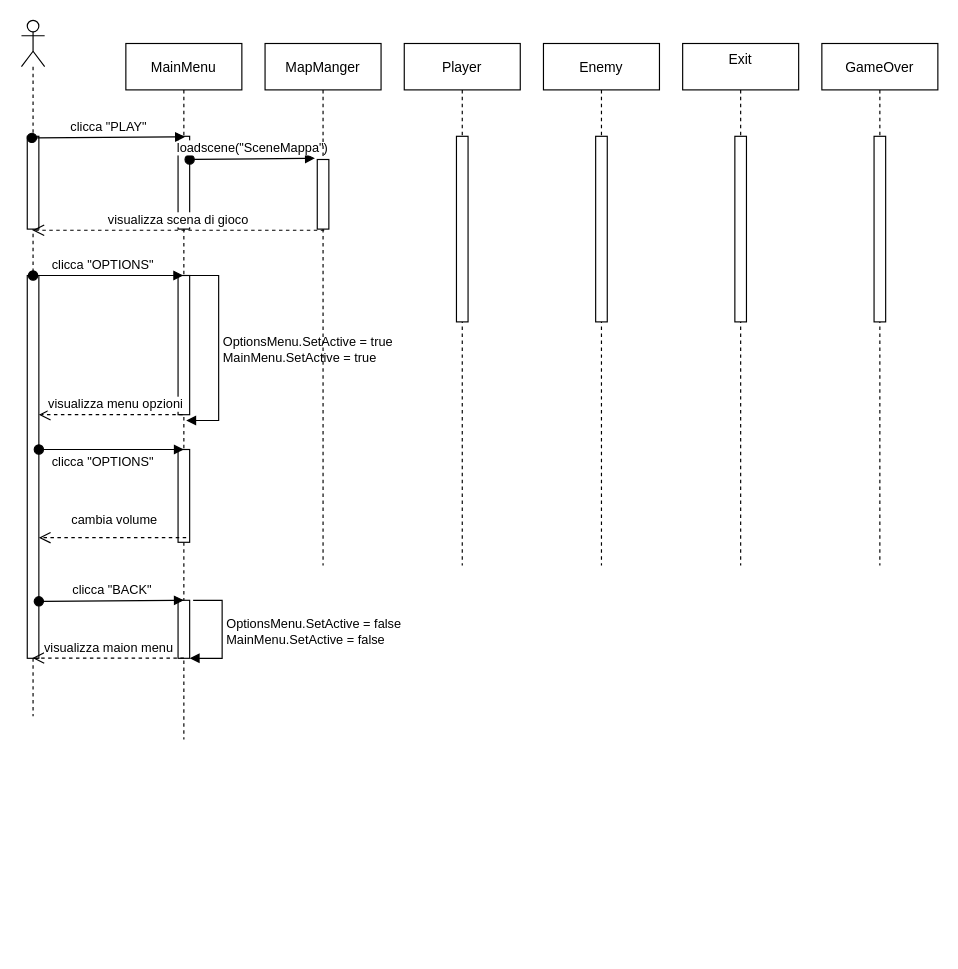
Above: Untitled Diagram.drawio in Francesco7760/UNITY_PROJECT_EXAM (draw.io), before the change. Source tidied: cells renumbered, new cells numbered last; positions are measured from the earlier drawing's top-left corner, leaving out a move shared by most shapes. Both pictures are drawn from the tidied source at 116%, with x=0, y=0 at pixel (21, 20).
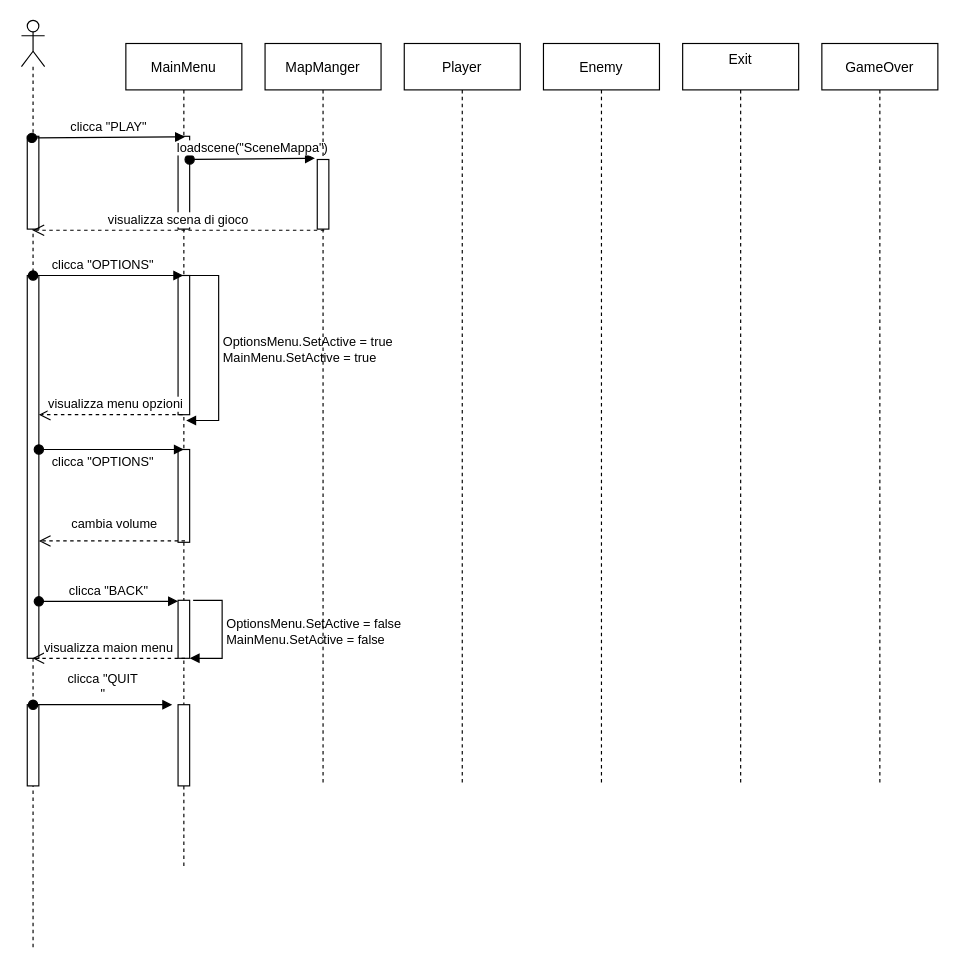
The same page after the edit.

Unchanged cells that the change refers to:
```xml
<mxCell id="8" style="points=[];perimeter=orthogonalPerimeter;rounded=0;shadow=0;strokeWidth=1;" parent="2" vertex="1">
  <mxGeometry x="45" y="480" width="10" height="50" as="geometry" />
</mxCell>
<mxCell id="18" style="points=[];perimeter=orthogonalPerimeter;rounded=0;shadow=0;strokeWidth=1;" parent="16" vertex="1">
  <mxGeometry x="5" y="220" width="10" height="330" as="geometry" />
</mxCell>
```

Change to the diagram source:
```diff
@@
     <mxCell id="2" value="MainMenu" style="shape=umlLifeline;perimeter=lifelinePerimeter;rounded=0;shadow=0;strokeWidth=1;" parent="1" vertex="1">
-      <mxGeometry x="90" y="20" width="100" height="600" as="geometry" />
+      <mxGeometry x="90" y="20" width="100" height="710" as="geometry" />
     </mxCell>
@@
+    <mxCell id="31" style="perimeter=orthogonalPerimeter;rounded=0;shadow=0;strokeWidth=1;" parent="2" vertex="1">
+      <mxGeometry x="45" y="570" width="10" height="70" as="geometry" />
+    </mxCell>
     <mxCell id="10" value="MapManger" style="shape=umlLifeline;perimeter=lifelinePerimeter;rounded=0;shadow=0;strokeWidth=1;" parent="1" vertex="1">
-      <mxGeometry x="210" y="20" width="100" height="450" as="geometry" />
+      <mxGeometry x="210" y="20" width="100" height="640" as="geometry" />
     </mxCell>
@@
     <mxCell id="12" value="Player" style="shape=umlLifeline;perimeter=lifelinePerimeter;rounded=0;shadow=0;strokeWidth=1;" parent="1" vertex="1">
-      <mxGeometry x="330" y="20" width="100" height="450" as="geometry" />
+      <mxGeometry x="330" y="20" width="100" height="640" as="geometry" />
     </mxCell>
-    <mxCell id="13" style="perimeter=orthogonalPerimeter;rounded=0;shadow=0;strokeWidth=1;" parent="12" vertex="1">
-      <mxGeometry x="45" y="80" width="10" height="160" as="geometry" />
-    </mxCell>
     <mxCell id="14" value="Enemy" style="shape=umlLifeline;perimeter=lifelinePerimeter;rounded=0;shadow=0;strokeWidth=1;" parent="1" vertex="1">
-      <mxGeometry x="450" y="20" width="100" height="450" as="geometry" />
+      <mxGeometry x="450" y="20" width="100" height="640" as="geometry" />
     </mxCell>
-    <mxCell id="15" style="perimeter=orthogonalPerimeter;rounded=0;shadow=0;strokeWidth=1;" parent="14" vertex="1">
-      <mxGeometry x="45" y="80" width="10" height="160" as="geometry" />
-    </mxCell>
     <mxCell id="16" style="shape=umlLifeline;participant=umlActor;perimeter=lifelinePerimeter;whiteSpace=wrap;html=1;verticalAlign=top;spacingTop=36;outlineConnect=0;" parent="1" vertex="1">
-      <mxGeometry width="20" height="600" as="geometry" />
+      <mxGeometry width="20" height="800" as="geometry" />
     </mxCell>
@@
-    <mxCell id="20" value="&lt;div&gt;clicca &quot;BACK&quot;&lt;/div&gt;" style="html=1;verticalAlign=bottom;startArrow=oval;startFill=1;endArrow=block;startSize=8;rounded=0;exitX=0.4;exitY=0.017;exitDx=0;exitDy=0;exitPerimeter=0;entryX=0.5;entryY=0.8;entryDx=0;entryDy=0;entryPerimeter=0;" parent="16" edge="1" target="2">
+    <mxCell id="20" value="&lt;div&gt;clicca &quot;BACK&quot;&lt;/div&gt;" style="html=1;verticalAlign=bottom;startArrow=oval;startFill=1;endArrow=block;startSize=8;rounded=0;exitX=0.4;exitY=0.017;exitDx=0;exitDy=0;exitPerimeter=0;" parent="16" edge="1" target="8">
       <mxGeometry relative="1" as="geometry">
         <mxPoint x="15" y="500.9" as="sourcePoint" />
       </mxGeometry>
     </mxCell>
+    <mxCell id="32" style="perimeter=orthogonalPerimeter;rounded=0;shadow=0;strokeWidth=1;" parent="16" vertex="1">
+      <mxGeometry x="5" y="590" width="10" height="70" as="geometry" />
+    </mxCell>
     <mxCell id="21" value="Exit&#10;" style="shape=umlLifeline;perimeter=lifelinePerimeter;rounded=0;shadow=0;strokeWidth=1;" parent="1" vertex="1">
-      <mxGeometry x="570" y="20" width="100" height="450" as="geometry" />
+      <mxGeometry x="570" y="20" width="100" height="640" as="geometry" />
     </mxCell>
-    <mxCell id="22" style="perimeter=orthogonalPerimeter;rounded=0;shadow=0;strokeWidth=1;" parent="21" vertex="1">
-      <mxGeometry x="45" y="80" width="10" height="160" as="geometry" />
-    </mxCell>
     <mxCell id="23" value="GameOver" style="shape=umlLifeline;perimeter=lifelinePerimeter;rounded=0;shadow=0;strokeWidth=1;" parent="1" vertex="1">
-      <mxGeometry x="690" y="20" width="100" height="450" as="geometry" />
+      <mxGeometry x="690" y="20" width="100" height="640" as="geometry" />
     </mxCell>
-    <mxCell id="24" style="perimeter=orthogonalPerimeter;rounded=0;shadow=0;strokeWidth=1;" parent="23" vertex="1">
-      <mxGeometry x="45" y="80" width="10" height="160" as="geometry" />
-    </mxCell>
@@
-    <mxCell id="29" value="&lt;div&gt;cambia volume&lt;/div&gt;" style="html=1;verticalAlign=bottom;endArrow=open;dashed=1;endSize=8;rounded=0;exitX=0.52;exitY=0.71;exitDx=0;exitDy=0;exitPerimeter=0;" parent="1" edge="1" source="2" target="18">
+    <mxCell id="29" value="&lt;div&gt;cambia volume&lt;/div&gt;" style="html=1;verticalAlign=bottom;endArrow=open;dashed=1;endSize=8;rounded=0;exitX=0.51;exitY=0.604;exitDx=0;exitDy=0;exitPerimeter=0;" parent="1" edge="1" source="2" target="18">
       <mxGeometry x="-0.03" y="-6" relative="1" as="geometry" />
     </mxCell>
-    <mxCell id="30" value="&lt;div&gt;visualizza maion menu&lt;/div&gt;" style="html=1;verticalAlign=bottom;endArrow=open;dashed=1;endSize=8;rounded=0;exitX=0.5;exitY=0.883;exitDx=0;exitDy=0;exitPerimeter=0;" parent="1" edge="1" source="2" target="16">
+    <mxCell id="30" value="&lt;div&gt;visualizza maion menu&lt;/div&gt;" style="html=1;verticalAlign=bottom;endArrow=open;dashed=1;endSize=8;rounded=0;exitX=0.6;exitY=1;exitDx=0;exitDy=0;exitPerimeter=0;" parent="1" edge="1" source="8" target="16">
       <mxGeometry relative="1" as="geometry" />
     </mxCell>
+    <mxCell id="33" value="&lt;div&gt;clicca &quot;QUIT&lt;/div&gt;&lt;div&gt;&quot;&lt;/div&gt;" style="html=1;verticalAlign=bottom;startArrow=oval;startFill=1;endArrow=block;startSize=8;rounded=0;exitX=0.4;exitY=0.017;exitDx=0;exitDy=0;exitPerimeter=0;" parent="1" edge="1">
+      <mxGeometry relative="1" as="geometry">
+        <mxPoint x="10" y="590" as="sourcePoint" />
+        <mxPoint x="130" y="590" as="targetPoint" />
+      </mxGeometry>
+    </mxCell>
```
